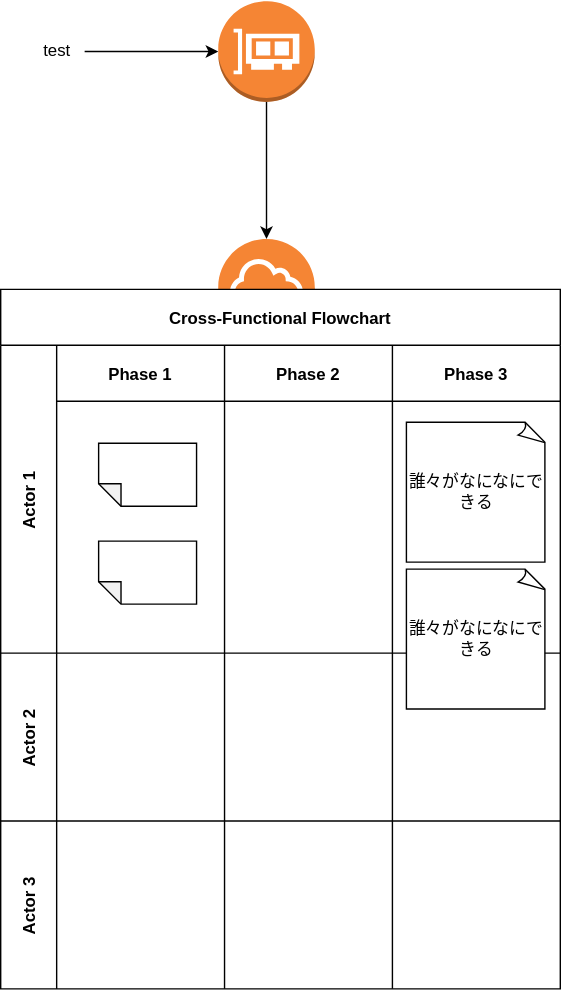
Above: samples.drawio.svg in nsgwr/t3 (draw.io), before the change. Source tidied: cells renumbered, new cells last; positions are measured from the earlier drawing's top-left corner, leaving out a move shared by most shapes.
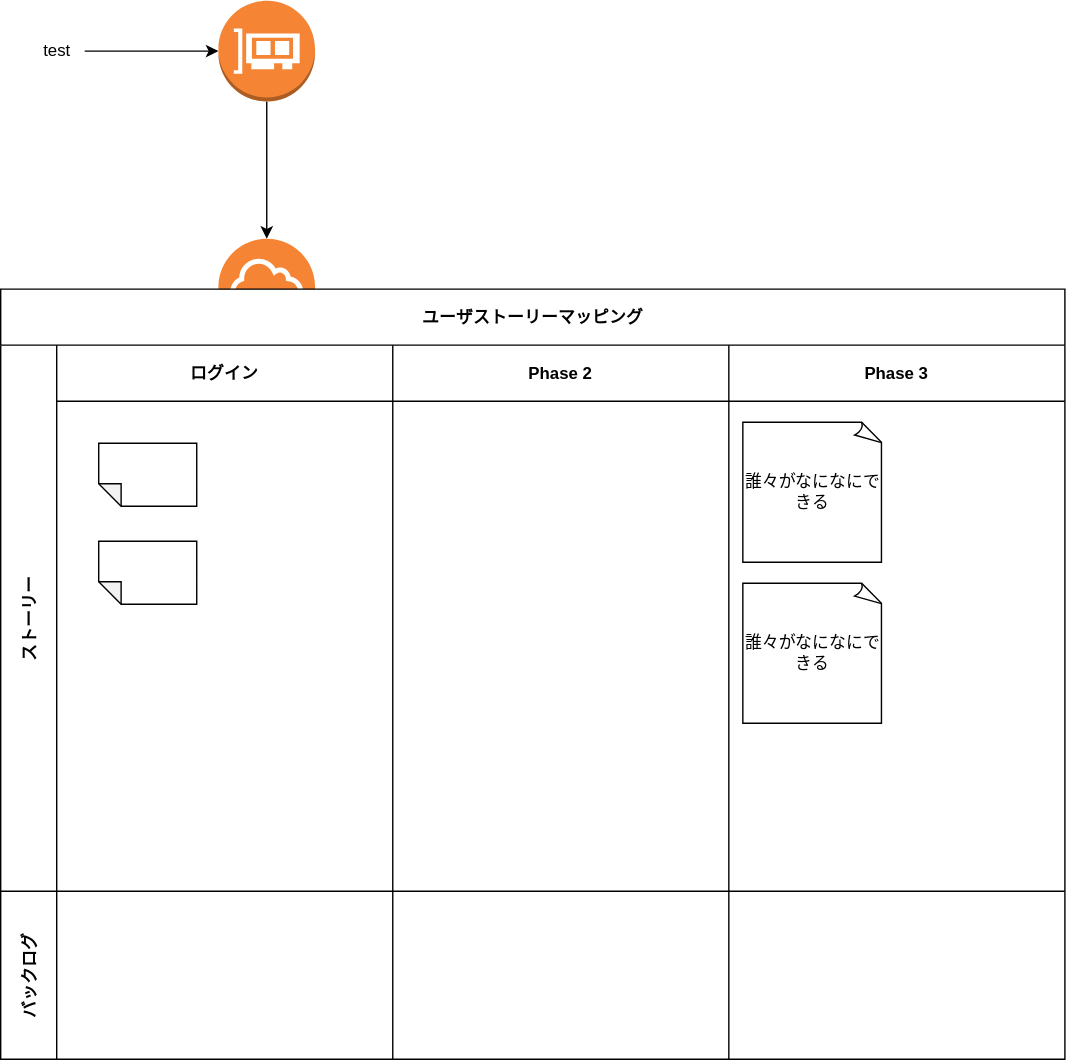
After the change.

Commit message:
samples.drawio.svg を更新します

The edit, as a diff of the source:
```diff
@@ -20,14 +20,14 @@
     <mxCell id="7" style="outlineConnect=0;dashed=0;verticalLabelPosition=bottom;verticalAlign=top;align=center;html=1;shape=mxgraph.aws3.internet_gateway;fillColor=#F58534;gradientColor=none;" parent="1" vertex="1">
       <mxGeometry x="155.5" y="170" width="69" height="72" as="geometry" />
     </mxCell>
-    <mxCell id="8" value="Cross-Functional Flowchart" style="shape=table;startSize=40;fontStyle=1;" parent="1" vertex="1">
-      <mxGeometry y="206" width="400" height="500" as="geometry" />
+    <mxCell id="8" value="ユーザストーリーマッピング" style="shape=table;startSize=40;fontStyle=1;" parent="1" vertex="1">
+      <mxGeometry y="206" width="760" height="550" as="geometry" />
     </mxCell>
-    <mxCell id="9" value="Actor 1" style="shape=tableRow;horizontal=0;startSize=40;swimlaneHead=0;swimlaneBody=0;top=0;left=0;bottom=0;right=0;fillColor=none;fontStyle=1;" parent="8" vertex="1">
-      <mxGeometry y="40" width="400" height="220" as="geometry" />
+    <mxCell id="9" value="ストーリー" style="shape=tableRow;horizontal=0;startSize=40;swimlaneHead=0;swimlaneBody=0;top=0;left=0;bottom=0;right=0;fillColor=none;fontStyle=1;" parent="8" vertex="1">
+      <mxGeometry y="40" width="760" height="390" as="geometry" />
     </mxCell>
-    <mxCell id="10" value="Phase 1" style="swimlane;swimlaneHead=0;swimlaneBody=0;fontStyle=0;fillColor=none;startSize=40;fontStyle=1;" parent="9" vertex="1">
-      <mxGeometry x="40" width="120" height="220" as="geometry" />
+    <mxCell id="10" value="ログイン" style="swimlane;swimlaneHead=0;swimlaneBody=0;fontStyle=0;fillColor=none;startSize=40;fontStyle=1;" parent="9" vertex="1">
+      <mxGeometry x="40" width="240" height="390" as="geometry" />
     </mxCell>
     <mxCell id="11" style="shape=note;whiteSpace=wrap;html=1;backgroundOutline=1;darkOpacity=0.05;size=16;rotation=-180;" parent="10" vertex="1">
       <mxGeometry x="30" y="70" width="70" height="45" as="geometry" />
@@ -36,40 +36,28 @@
       <mxGeometry x="30" y="140" width="70" height="45" as="geometry" />
     </mxCell>
     <mxCell id="13" value="Phase 2" style="swimlane;swimlaneHead=0;swimlaneBody=0;fontStyle=0;fillColor=none;startSize=40;fontStyle=1;" parent="9" vertex="1">
-      <mxGeometry x="160" width="120" height="220" as="geometry" />
+      <mxGeometry x="280" width="240" height="390" as="geometry" />
     </mxCell>
     <mxCell id="14" value="Phase 3" style="swimlane;swimlaneHead=0;swimlaneBody=0;fontStyle=0;fillColor=none;startSize=40;fontStyle=1;" parent="9" vertex="1">
-      <mxGeometry x="280" width="120" height="220" as="geometry" />
+      <mxGeometry x="520" width="240" height="390" as="geometry" />
     </mxCell>
     <mxCell id="15" value="誰々がなになにできる" style="whiteSpace=wrap;html=1;shape=mxgraph.basic.document;" parent="14" vertex="1">
       <mxGeometry x="10" y="55" width="100" height="100" as="geometry" />
     </mxCell>
+    <mxCell id="20" value="誰々がなになにできる" style="whiteSpace=wrap;html=1;shape=mxgraph.basic.document;" parent="14" vertex="1">
+      <mxGeometry x="10" y="170" width="100" height="100" as="geometry" />
+    </mxCell>
-    <mxCell id="16" value="Actor 2" style="shape=tableRow;horizontal=0;startSize=40;swimlaneHead=0;swimlaneBody=0;top=0;left=0;bottom=0;right=0;fillColor=none;fontStyle=1;" parent="8" vertex="1">
-      <mxGeometry y="260" width="400" height="120" as="geometry" />
+    <mxCell id="16" value="バックログ" style="shape=tableRow;horizontal=0;startSize=40;swimlaneHead=0;swimlaneBody=0;top=0;left=0;bottom=0;right=0;fillColor=none;fontStyle=1;" parent="8" vertex="1">
+      <mxGeometry y="430" width="760" height="120" as="geometry" />
     </mxCell>
     <mxCell id="17" style="swimlane;swimlaneHead=0;swimlaneBody=0;fontStyle=0;fillColor=none;startSize=0;fontStyle=1;" parent="16" vertex="1">
-      <mxGeometry x="40" width="120" height="120" as="geometry" />
+      <mxGeometry x="40" width="240" height="120" as="geometry" />
     </mxCell>
     <mxCell id="18" style="swimlane;swimlaneHead=0;swimlaneBody=0;fontStyle=0;fillColor=none;startSize=0;fontStyle=1;" parent="16" vertex="1">
-      <mxGeometry x="160" width="120" height="120" as="geometry" />
+      <mxGeometry x="280" width="240" height="120" as="geometry" />
     </mxCell>
     <mxCell id="19" style="swimlane;swimlaneHead=0;swimlaneBody=0;fontStyle=0;fillColor=none;startSize=0;fontStyle=1;" parent="16" vertex="1">
-      <mxGeometry x="280" width="120" height="120" as="geometry" />
+      <mxGeometry x="520" width="240" height="120" as="geometry" />
     </mxCell>
-    <mxCell id="20" value="誰々がなになにできる" style="whiteSpace=wrap;html=1;shape=mxgraph.basic.document;" parent="19" vertex="1">
-      <mxGeometry x="10" y="-60" width="100" height="100" as="geometry" />
-    </mxCell>
-    <mxCell id="21" value="Actor 3" style="shape=tableRow;horizontal=0;startSize=40;swimlaneHead=0;swimlaneBody=0;top=0;left=0;bottom=0;right=0;fillColor=none;fontStyle=1;" parent="8" vertex="1">
-      <mxGeometry y="380" width="400" height="120" as="geometry" />
-    </mxCell>
-    <mxCell id="22" style="swimlane;swimlaneHead=0;swimlaneBody=0;fontStyle=0;fillColor=none;startSize=0;fontStyle=1;" parent="21" vertex="1">
-      <mxGeometry x="40" width="120" height="120" as="geometry" />
-    </mxCell>
-    <mxCell id="23" style="swimlane;swimlaneHead=0;swimlaneBody=0;fontStyle=0;fillColor=none;startSize=0;fontStyle=1;" parent="21" vertex="1">
-      <mxGeometry x="160" width="120" height="120" as="geometry" />
-    </mxCell>
-    <mxCell id="24" style="swimlane;swimlaneHead=0;swimlaneBody=0;fontStyle=0;fillColor=none;startSize=0;fontStyle=1;" parent="21" vertex="1">
-      <mxGeometry x="280" width="120" height="120" as="geometry" />
-    </mxCell>
   </root>
 </mxGraphModel>
```
